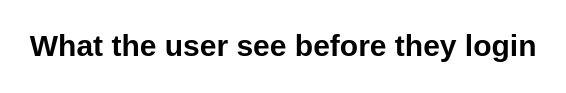
Above: page "Home Page" (1 of 2) of mockups/wireframe.drawio in Task-Repository/application-gui (draw.io), before the change. Source tidied: cells renumbered, new cells numbered last; positions are measured from the earlier drawing's top-left corner, leaving out a move shared by most shapes. Both pictures are drawn from the tidied source at 125%, with x=0, y=0 at pixel (220, 21).
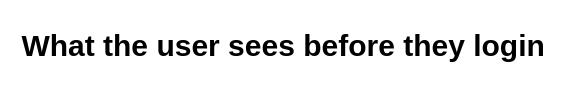
After the change.

Commit message (it also covers changes not shown here):
chore: update home page

Diff of the diagram source:
```diff
@@
 <mxGraphModel>
   <root>
     <mxCell id="0" />
     <mxCell id="1" parent="0" />
-    <mxCell id="2" value="What the user see before they login" style="text;strokeColor=none;fillColor=none;html=1;fontSize=24;fontStyle=1;verticalAlign=middle;align=center;" parent="1" vertex="1">
+    <mxCell id="2" value="What the user sees before they login" style="text;strokeColor=none;fillColor=none;html=1;fontSize=24;fontStyle=1;verticalAlign=middle;align=center;" parent="1" vertex="1">
       <mxGeometry width="100" height="40" as="geometry" />
     </mxCell>
   </root>
 </mxGraphModel>
```
